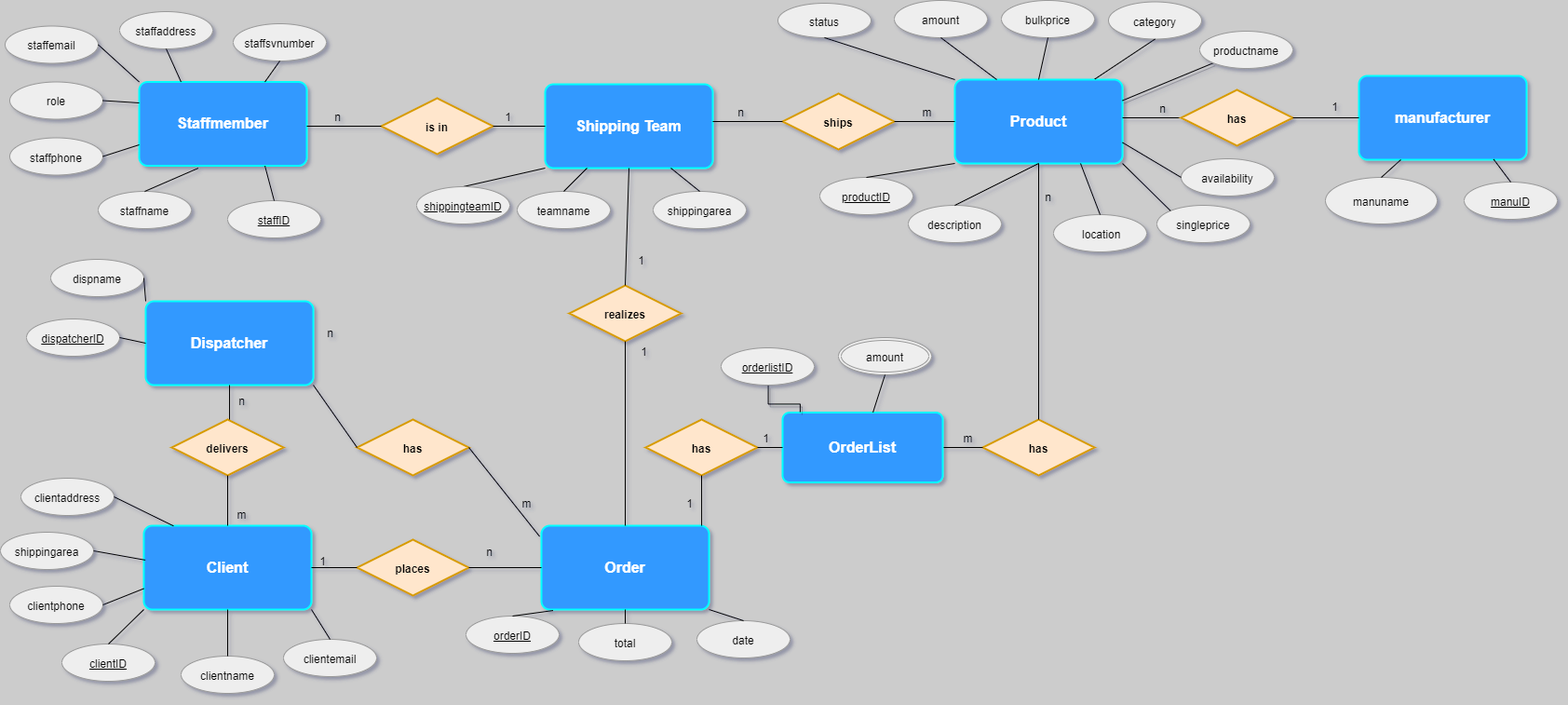
The draw.io diagram re_diagram.png in CodeFactoryWien/WF-Java-05, before a commit. Source tidied: cells renumbered, new cells last; positions are measured from the earlier drawing's top-left corner, leaving out a move shared by most shapes.
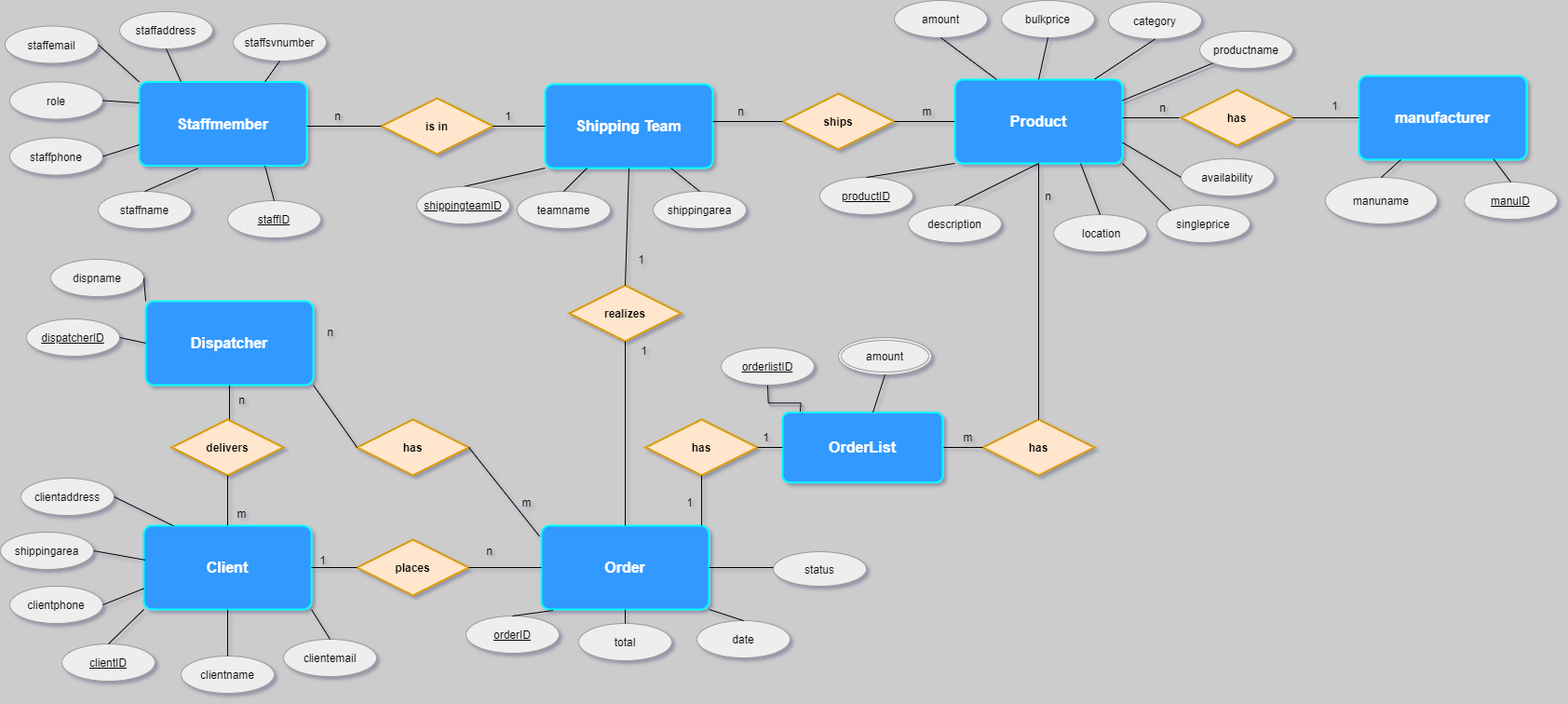
The same file after the commit.

Change to the diagram source:
```diff
@@ -47,9 +47,6 @@
     <mxCell id="16" value="&lt;b&gt;Order&lt;/b&gt;" style="rounded=1;arcSize=10;whiteSpace=wrap;html=1;align=center;strokeColor=#00FFFF;strokeWidth=2;fillColor=#3399FF;gradientColor=none;fontSize=16;fontColor=#FFFFFF;fixDash=0;shadow=0;" parent="1" vertex="1">
       <mxGeometry x="581" y="564" width="180" height="90" as="geometry" />
     </mxCell>
-    <mxCell id="17" value="status" style="ellipse;whiteSpace=wrap;html=1;align=center;shadow=0;strokeColor=#999999;fillColor=#eeeeee;fixDash=0;" parent="1" vertex="1">
-      <mxGeometry x="835" y="3" width="100" height="37" as="geometry" />
-    </mxCell>
     <mxCell id="18" value="total" style="ellipse;whiteSpace=wrap;html=1;align=center;shadow=0;strokeColor=#999999;fillColor=#eeeeee;fixDash=0;" parent="1" vertex="1">
       <mxGeometry x="621" y="669" width="100" height="40" as="geometry" />
     </mxCell>
@@ -177,9 +174,6 @@
     <mxCell id="58" value="m" style="text;html=1;align=center;verticalAlign=middle;fixDash=0;shadow=0;" parent="1" vertex="1">
       <mxGeometry x="980" y="108.5" width="30" height="20" as="geometry" />
     </mxCell>
-    <mxCell id="59" style="endArrow=none;html=1;rounded=0;entryX=0.5;entryY=1;entryDx=0;entryDy=0;exitX=0;exitY=0;exitDx=0;exitDy=0;fixDash=0;shadow=0;" parent="1" edge="1" source="2" target="17">
-      <mxGeometry relative="1" as="geometry" />
-    </mxCell>
     <mxCell id="60" style="endArrow=none;html=1;rounded=0;entryX=0.5;entryY=1;entryDx=0;entryDy=0;exitX=0.25;exitY=0;exitDx=0;exitDy=0;fixDash=0;shadow=0;" parent="1" edge="1" source="2" target="15">
       <mxGeometry relative="1" as="geometry" />
     </mxCell>
@@ -377,5 +371,13 @@
     <mxCell id="124" value="productname" style="ellipse;whiteSpace=wrap;html=1;align=center;shadow=0;strokeColor=#999999;fillColor=#eeeeee;fixDash=0;" parent="1" vertex="1">
       <mxGeometry x="1288" y="33" width="100" height="40" as="geometry" />
     </mxCell>
+    <mxCell id="17" value="status" style="ellipse;whiteSpace=wrap;html=1;align=center;shadow=0;strokeColor=#999999;fillColor=#eeeeee;fixDash=0;" parent="1" vertex="1">
+      <mxGeometry x="830" y="592" width="100" height="37" as="geometry" />
+    </mxCell>
+    <mxCell id="125" style="endArrow=none;html=1;rounded=0;exitX=1;exitY=0.5;exitDx=0;exitDy=0;fixDash=0;shadow=0;" parent="1" edge="1" source="16">
+      <mxGeometry relative="1" as="geometry">
+        <mxPoint x="830" y="609" as="targetPoint" />
+      </mxGeometry>
+    </mxCell>
   </root>
 </mxGraphModel>
```
